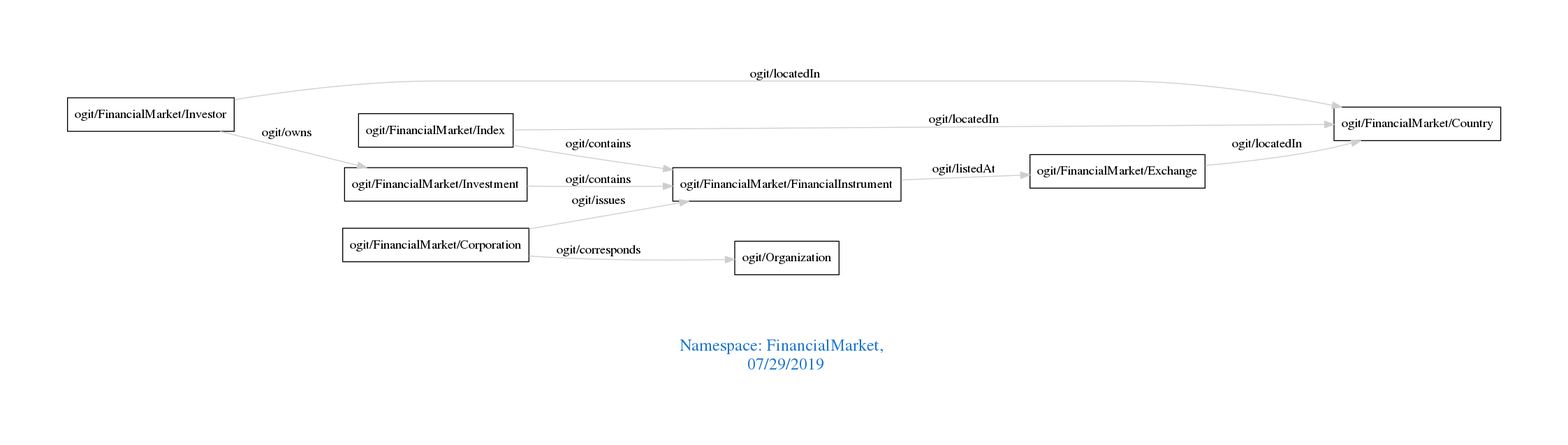
This is downloads/FinancialMarket.png from arago/OGIT, a Graphviz export, as it was before one commit. Its source is kept beside it as downloads/FinancialMarket.dot.
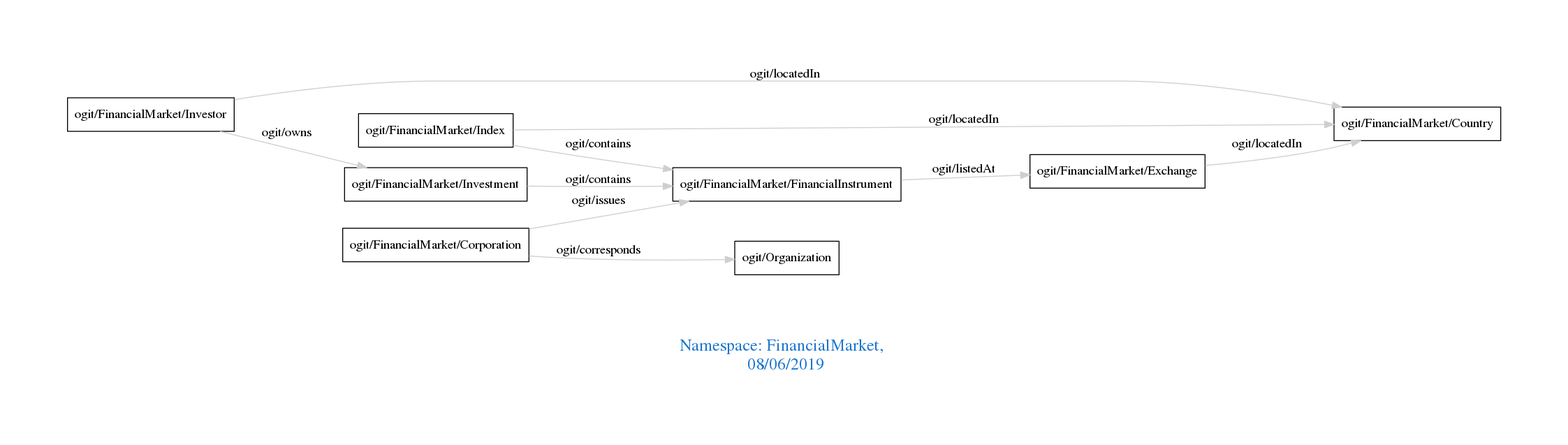
The same diagram one commit later.

The edit, as a diff of the source:
```diff
@@ -1,7 +1,7 @@
 digraph OGIT_ontology {
  graph [ rankdir= LR,pad=1
 fontsize = 18,
-fontcolor= dodgerblue3,label = "\n\n\nNamespace: FinancialMarket, \n 07/29/2019"];
+fontcolor= dodgerblue3,label = "\n\n\nNamespace: FinancialMarket, \n 08/06/2019"];
 node[shape=polygon];
 edge [  color="gray81"];
 
```
